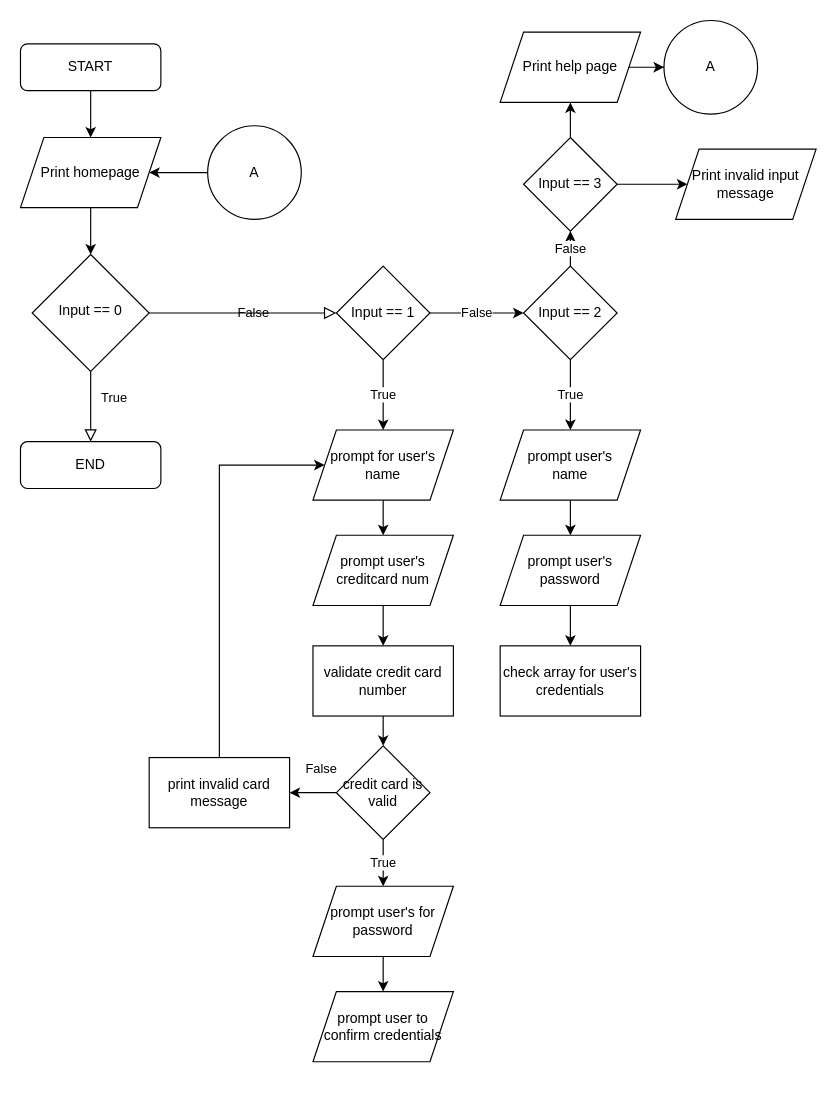
Earlier version of the draw.io diagram Untitled Diagram.drawio (Gooseytwoshoes/Creditcard-Database). Source tidied: cells renumbered, new cells numbered last; positions are measured from the earlier drawing's top-left corner, leaving out a move shared by most shapes. Both pictures are drawn from the tidied source at 117%, with x=0, y=0 at pixel (20, 20).
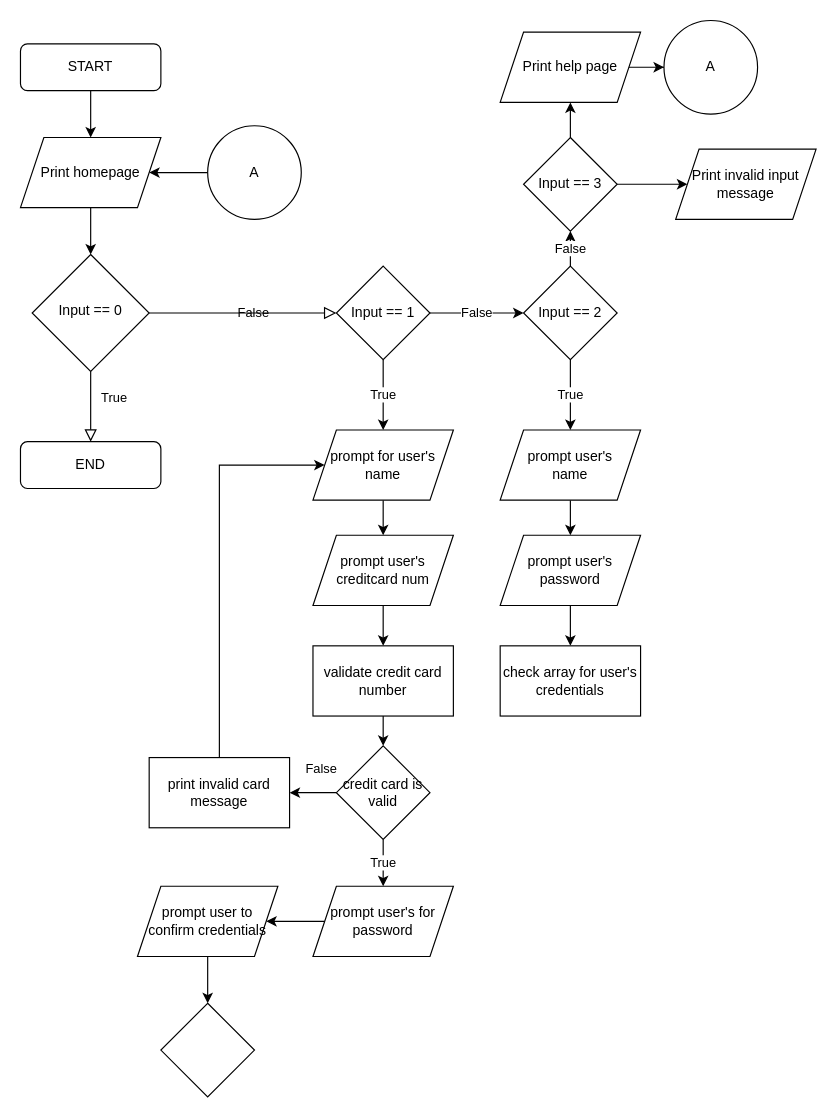
The same page after the edit.

Commit message:
CreditWise_Flowchart

Change to the diagram source:
```diff
@@
+    <mxCell id="44" style="edgeStyle=orthogonalEdgeStyle;rounded=0;jettySize=auto;html=1;" parent="1" edge="1" source="43" target="45">
+      <mxGeometry relative="1" as="geometry" />
+    </mxCell>
     <mxCell id="43" value="prompt user to confirm credentials" style="shape=parallelogram;perimeter=parallelogramPerimeter;whiteSpace=wrap;html=1;fixedSize=1;" parent="1" vertex="1">
-      <mxGeometry x="250" y="830" width="120" height="60" as="geometry" />
+      <mxGeometry x="100" y="740" width="120" height="60" as="geometry" />
     </mxCell>
+    <mxCell id="45" style="rhombus;whiteSpace=wrap;html=1;" parent="1" vertex="1">
+      <mxGeometry x="120" y="840" width="80" height="80" as="geometry" />
+    </mxCell>
```
